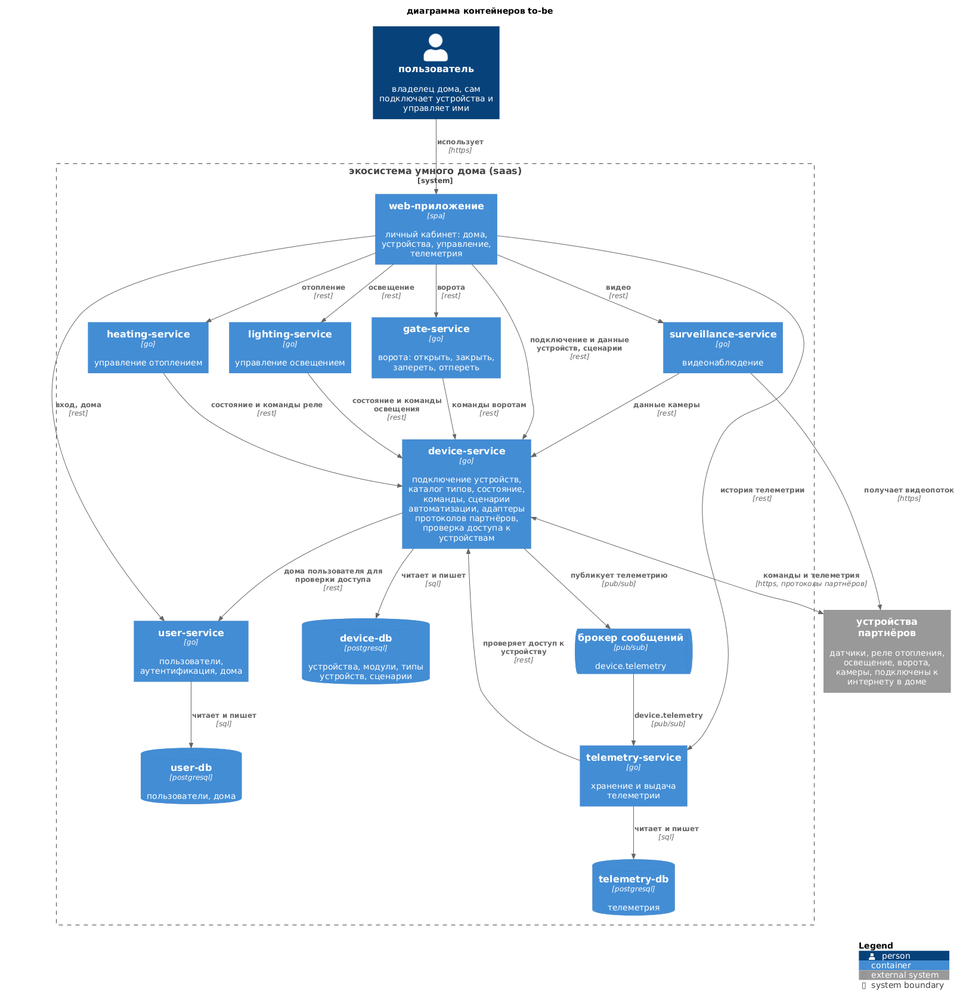
This is diagrams/container/warmhouse-containers-tobe.png from Murl1k/arch-sprint-1, a PlantUML export, as it was before one commit.
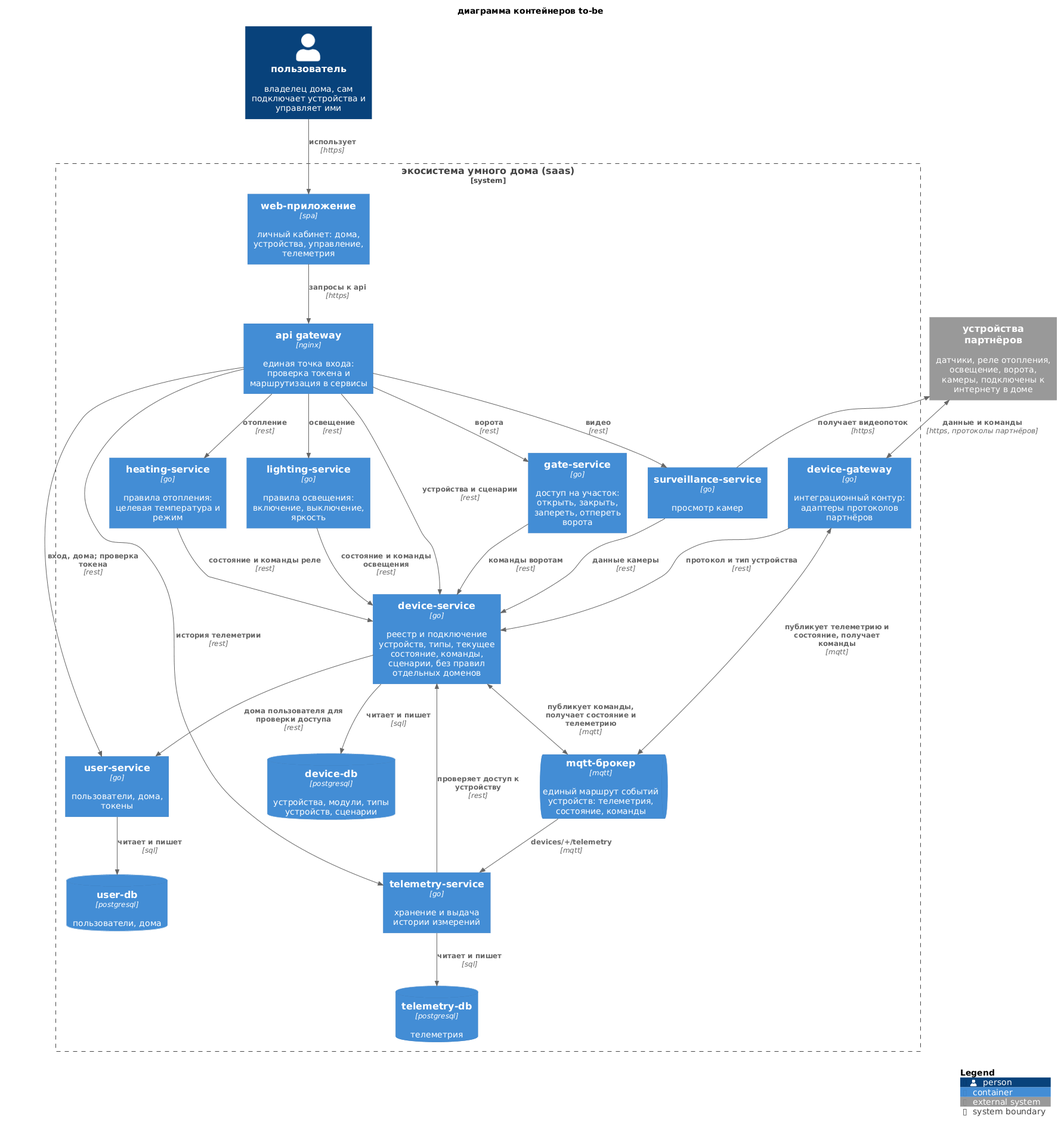
The same file after the commit.

What changed in the source:
```diff
@@ -8,16 +8,18 @@
 
 System_Boundary(eco, "экосистема умного дома (saas)") {
     Container(web, "web-приложение", "spa", "личный кабинет: дома, устройства, управление, телеметрия")
+    Container(api_gw, "api gateway", "nginx", "единая точка входа: проверка токена и маршрутизация в сервисы")
 
-    Container(user_svc, "user-service", "go", "пользователи, аутентификация, дома")
-    Container(device_svc, "device-service", "go", "подключение устройств, каталог типов, состояние, команды, сценарии автоматизации, адаптеры протоколов партнёров, проверка доступа к устройствам")
-    Container(telemetry_svc, "telemetry-service", "go", "хранение и выдача телеметрии")
-    Container(heating_svc, "heating-service", "go", "управление отоплением")
-    Container(lighting_svc, "lighting-service", "go", "управление освещением")
-    Container(gate_svc, "gate-service", "go", "ворота: открыть, закрыть, запереть, отпереть")
-    Container(surveillance_svc, "surveillance-service", "go", "видеонаблюдение")
+    Container(user_svc, "user-service", "go", "пользователи, дома, токены")
+    Container(device_svc, "device-service", "go", "реестр и подключение устройств, типы, текущее состояние, команды, сценарии, без правил отдельных доменов")
+    Container(heating_svc, "heating-service", "go", "правила отопления: целевая температура и режим")
+    Container(lighting_svc, "lighting-service", "go", "правила освещения: включение, выключение, яркость")
+    Container(gate_svc, "gate-service", "go", "доступ на участок: открыть, закрыть, запереть, отпереть ворота")
+    Container(surveillance_svc, "surveillance-service", "go", "просмотр камер")
+    Container(telemetry_svc, "telemetry-service", "go", "хранение и выдача истории измерений")
 
-    ContainerQueue(broker, "брокер сообщений", "pub/sub", "device.telemetry")
+    Container(device_gw, "device-gateway", "go", "интеграционный контур: адаптеры протоколов партнёров")
+    ContainerQueue(mqtt, "mqtt-брокер", "mqtt", "единый маршрут событий устройств: телеметрия, состояние, команды")
 
     ContainerDb(user_db, "user-db", "postgresql", "пользователи, дома")
     ContainerDb(device_db, "device-db", "postgresql", "устройства, модули, типы устройств, сценарии")
@@ -25,25 +27,29 @@
 }
 
 Rel(user, web, "использует", "https")
-Rel(web, user_svc, "вход, дома", "rest")
-Rel(web, device_svc, "подключение и данные устройств, сценарии", "rest")
-Rel(web, heating_svc, "отопление", "rest")
-Rel(web, lighting_svc, "освещение", "rest")
-Rel(web, gate_svc, "ворота", "rest")
-Rel(web, surveillance_svc, "видео", "rest")
-Rel(web, telemetry_svc, "история телеметрии", "rest")
+Rel(web, api_gw, "запросы к api", "https")
+
+Rel(api_gw, user_svc, "вход, дома; проверка токена", "rest")
+Rel(api_gw, device_svc, "устройства и сценарии", "rest")
+Rel(api_gw, heating_svc, "отопление", "rest")
+Rel(api_gw, lighting_svc, "освещение", "rest")
+Rel(api_gw, gate_svc, "ворота", "rest")
+Rel(api_gw, surveillance_svc, "видео", "rest")
+Rel(api_gw, telemetry_svc, "история телеметрии", "rest")
 
 Rel(device_svc, user_svc, "дома пользователя для проверки доступа", "rest")
 Rel(heating_svc, device_svc, "состояние и команды реле", "rest")
 Rel(lighting_svc, device_svc, "состояние и команды освещения", "rest")
 Rel(gate_svc, device_svc, "команды воротам", "rest")
 Rel(surveillance_svc, device_svc, "данные камеры", "rest")
+Rel(telemetry_svc, device_svc, "проверяет доступ к устройству", "rest")
 Rel(surveillance_svc, devices, "получает видеопоток", "https")
 
-BiRel(device_svc, devices, "команды и телеметрия", "https, протоколы партнёров")
-Rel(device_svc, broker, "публикует телеметрию", "pub/sub")
-Rel(broker, telemetry_svc, "device.telemetry", "pub/sub")
-Rel(telemetry_svc, device_svc, "проверяет доступ к устройству", "rest")
+BiRel(devices, device_gw, "данные и команды", "https, протоколы партнёров")
+Rel(device_gw, device_svc, "протокол и тип устройства", "rest")
+BiRel(device_gw, mqtt, "публикует телеметрию и состояние, получает команды", "mqtt")
+BiRel(device_svc, mqtt, "публикует команды, получает состояние и телеметрию", "mqtt")
+Rel(mqtt, telemetry_svc, "devices/+/telemetry", "mqtt")
 
 Rel(user_svc, user_db, "читает и пишет", "sql")
 Rel(device_svc, device_db, "читает и пишет", "sql")
```
